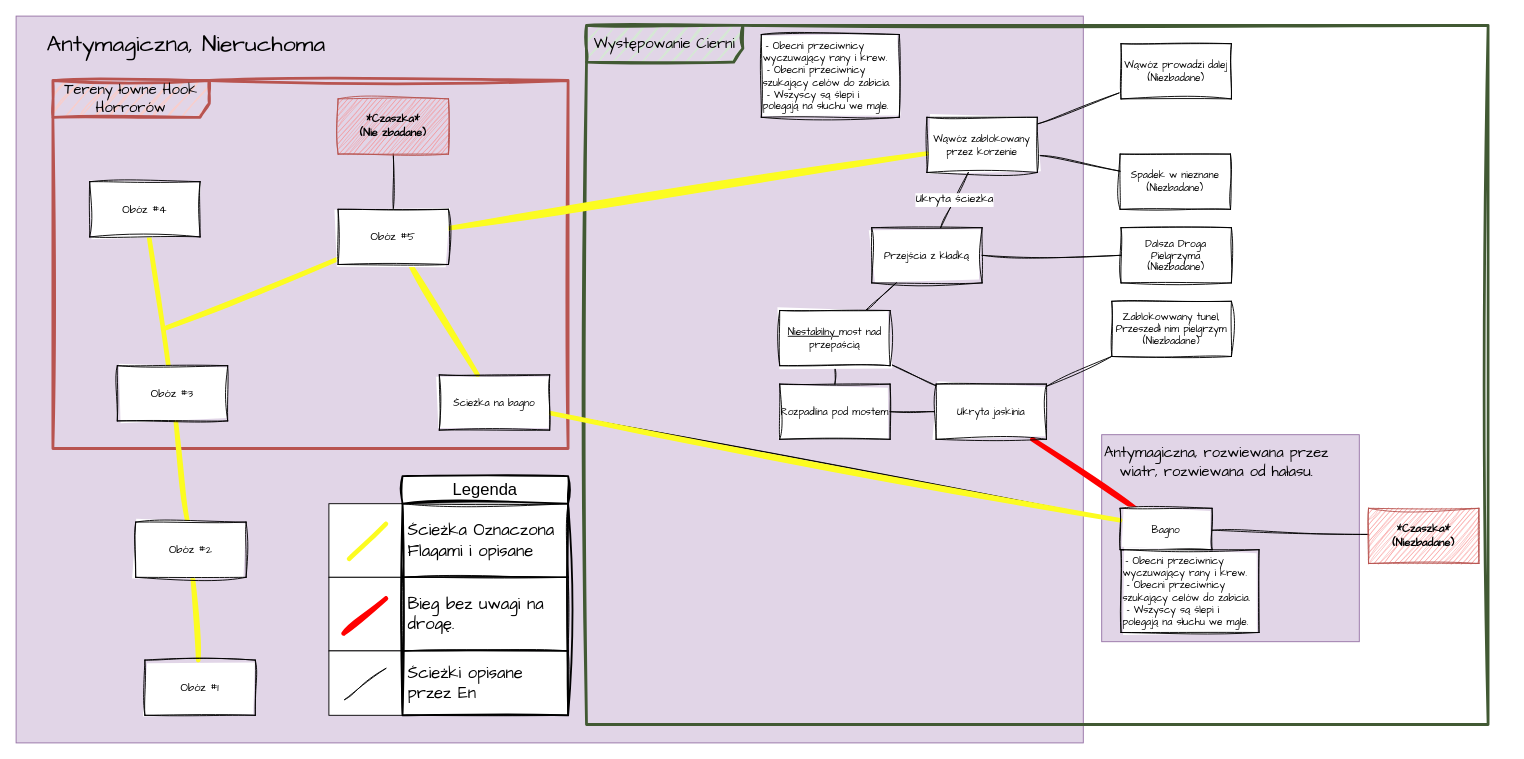
Before: plan.drawio in Gryfin123/diagrams_with_no_context, a draw.io diagram. Source tidied: cells renumbered, new cells numbered last; positions are measured from the earlier drawing's top-left corner, leaving out a move shared by most shapes. Both pictures are drawn from the tidied source at 92%, with x=0, y=0 at pixel (16, 16).
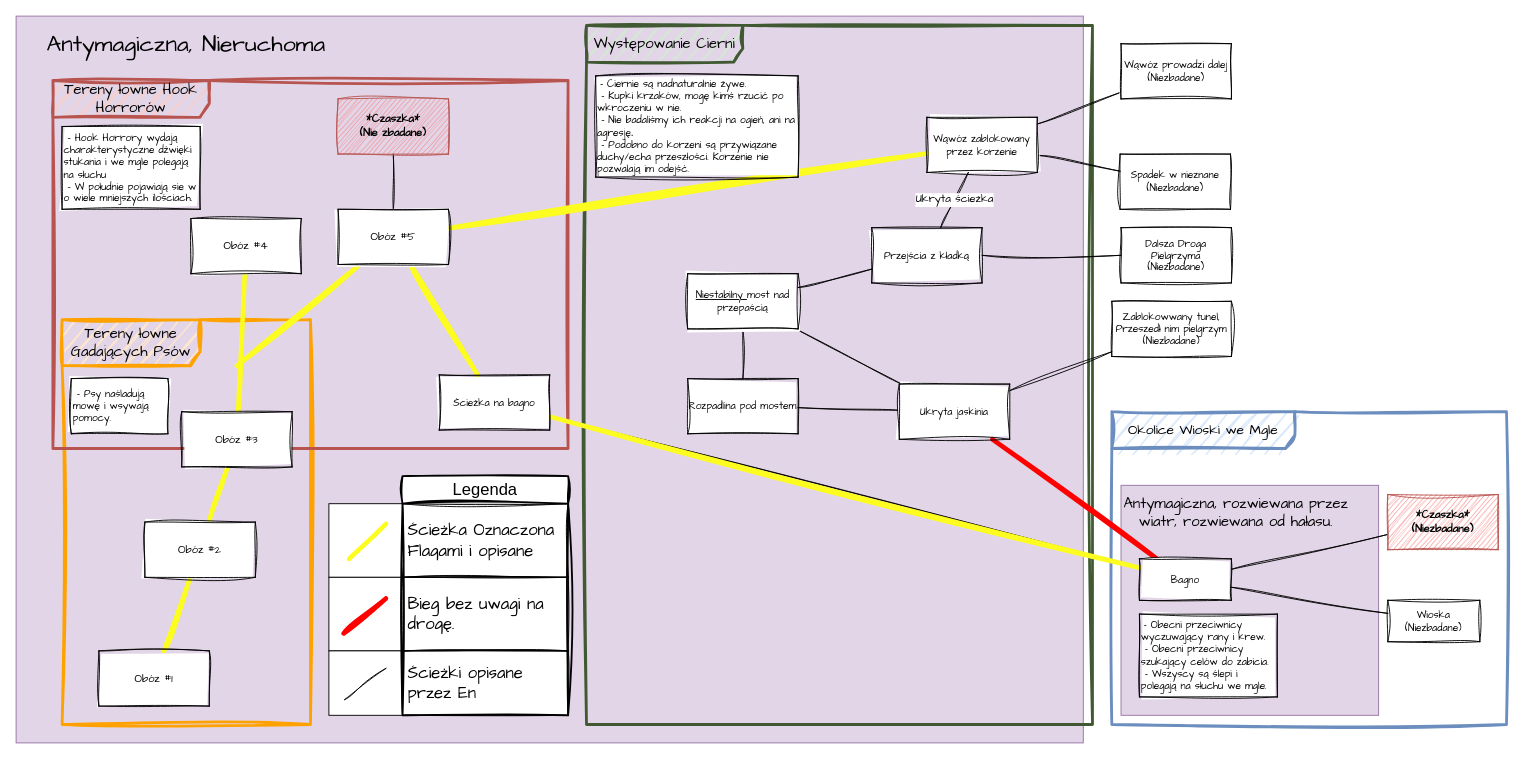
The same page after the edit.

Unchanged cells that the change refers to:
```xml
<mxCell id="17" value="&lt;font face=&quot;Comic Sans MS&quot;&gt;Obóz #5&lt;/font&gt;" style="rounded=0;whiteSpace=wrap;html=1;sketch=1;curveFitting=1;jiggle=2;" parent="1" vertex="1">
  <mxGeometry x="350" y="210" width="120" height="60" as="geometry" />
</mxCell>
```

The edit, as a diff of the source:
```diff
@@
+    <mxCell id="58" value="&lt;font style=&quot;font-size: 12px;&quot;&gt;&lt;span style=&quot;font-size: 15px;&quot;&gt;&lt;font style=&quot;font-size: 15px;&quot; face=&quot;Comic Sans MS&quot;&gt;Okolice Wioski we Mgle&lt;br&gt;&lt;/font&gt;&lt;/span&gt;&lt;/font&gt;" style="shape=umlFrame;whiteSpace=wrap;html=1;fontFamily=Helvetica;fontSize=11;width=199;height=40;fillColor=#dae8fc;strokeColor=#6c8ebf;strokeWidth=3;sketch=1;curveFitting=1;jiggle=2;" parent="1" vertex="1">
+      <mxGeometry x="1191" y="430" width="429" height="340" as="geometry" />
+    </mxCell>
     <mxCell id="2" style="rounded=0;whiteSpace=wrap;html=1;fontFamily=Helvetica;fontSize=11;fillColor=#e1d5e7;strokeColor=#9673a6;" parent="1" vertex="1">
-      <mxGeometry x="1180" y="455" width="280" height="225" as="geometry" />
+      <mxGeometry x="1201" y="510" width="280" height="250" as="geometry" />
     </mxCell>
@@
+    <mxCell id="5" value="&lt;font style=&quot;font-size: 16px;&quot; face=&quot;Comic Sans MS&quot;&gt;Występowanie Cierni&lt;/font&gt;" style="shape=umlFrame;whiteSpace=wrap;html=1;fontFamily=Helvetica;fontSize=11;width=170;height=40;fillColor=#d5e8d4;strokeColor=#415933;strokeWidth=3;sketch=1;curveFitting=1;jiggle=2;" parent="1" vertex="1">
+      <mxGeometry x="620" y="10" width="550" height="760" as="geometry" />
+    </mxCell>
+    <mxCell id="59" value="&lt;font face=&quot;Comic Sans MS&quot; style=&quot;font-size: 16px;&quot;&gt;Tereny łowne Gadających Psów&lt;br&gt;&lt;/font&gt;" style="shape=umlFrame;whiteSpace=wrap;html=1;fontFamily=Helvetica;fontSize=11;width=150;height=50;fillColor=#ffe6cc;strokeColor=#FFA200;strokeWidth=3;sketch=1;curveFitting=1;jiggle=2;" parent="1" vertex="1">
+      <mxGeometry x="50" y="330" width="270" height="440" as="geometry" />
+    </mxCell>
@@
-    <mxCell id="5" value="&lt;font style=&quot;font-size: 16px;&quot; face=&quot;Comic Sans MS&quot;&gt;Występowanie Cierni&lt;/font&gt;" style="shape=umlFrame;whiteSpace=wrap;html=1;fontFamily=Helvetica;fontSize=11;width=170;height=40;fillColor=#d5e8d4;strokeColor=#415933;strokeWidth=3;sketch=1;curveFitting=1;jiggle=2;" parent="1" vertex="1">
-      <mxGeometry x="620" y="10" width="980" height="760" as="geometry" />
-    </mxCell>
@@
     <mxCell id="7" value="&lt;font face=&quot;Comic Sans MS&quot;&gt;Obóz #1&lt;/font&gt;" style="rounded=0;whiteSpace=wrap;html=1;sketch=1;curveFitting=1;jiggle=2;" parent="1" vertex="1">
-      <mxGeometry x="140" y="700" width="120" height="60" as="geometry" />
+      <mxGeometry x="90" y="690" width="120" height="60" as="geometry" />
     </mxCell>
@@
     <mxCell id="9" value="&lt;font face=&quot;Comic Sans MS&quot;&gt;Obóz #2&lt;/font&gt;" style="rounded=0;whiteSpace=wrap;html=1;sketch=1;curveFitting=1;jiggle=2;" parent="1" vertex="1">
-      <mxGeometry x="130" y="550" width="120" height="60" as="geometry" />
+      <mxGeometry x="140" y="550" width="120" height="60" as="geometry" />
     </mxCell>
@@
     <mxCell id="11" value="&lt;font face=&quot;Comic Sans MS&quot;&gt;Obóz #3&lt;/font&gt;" style="rounded=0;whiteSpace=wrap;html=1;sketch=1;curveFitting=1;jiggle=2;" parent="1" vertex="1">
-      <mxGeometry x="110" y="380" width="120" height="60" as="geometry" />
+      <mxGeometry x="180" y="430" width="120" height="60" as="geometry" />
     </mxCell>
     <mxCell id="12" style="edgeStyle=none;shape=connector;curved=0;rounded=0;jettySize=auto;html=1;labelBackgroundColor=default;strokeColor=#FCFC21;align=center;verticalAlign=middle;fontFamily=Helvetica;fontSize=11;fontColor=default;endArrow=none;endFill=0;strokeWidth=5;sketch=1;curveFitting=1;jiggle=2;" parent="1" edge="1" target="17">
       <mxGeometry relative="1" as="geometry">
-        <mxPoint x="160" y="340" as="sourcePoint" />
+        <mxPoint x="240" y="380" as="sourcePoint" />
       </mxGeometry>
     </mxCell>
     <mxCell id="13" value="&lt;font face=&quot;Comic Sans MS&quot;&gt;Obóz #4&lt;/font&gt;" style="rounded=0;whiteSpace=wrap;html=1;sketch=1;curveFitting=1;jiggle=2;" parent="1" vertex="1">
-      <mxGeometry x="80" y="180" width="120" height="60" as="geometry" />
+      <mxGeometry x="190" y="220" width="120" height="60" as="geometry" />
     </mxCell>
@@
+    <mxCell id="60" style="jettySize=auto;html=1;fontFamily=Helvetica;fontSize=11;fontColor=default;endArrow=none;endFill=0;rounded=0;sketch=1;curveFitting=1;jiggle=2;" parent="1" edge="1" source="30" target="63">
+      <mxGeometry relative="1" as="geometry" />
+    </mxCell>
     <mxCell id="30" value="&lt;font face=&quot;Comic Sans MS&quot;&gt;Bagno&lt;/font&gt;" style="rounded=0;whiteSpace=wrap;html=1;fontFamily=Helvetica;fontSize=11;fontColor=default;sketch=1;curveFitting=1;jiggle=2;" parent="1" vertex="1">
-      <mxGeometry x="1200" y="535" width="100" height="45" as="geometry" />
+      <mxGeometry x="1221" y="590" width="100" height="45" as="geometry" />
     </mxCell>
     <mxCell id="31" value="&lt;font face=&quot;Comic Sans MS&quot; style=&quot;font-size: 12px;&quot;&gt;&lt;b&gt;*Czaszka*&lt;br&gt;(Niezbadane)&lt;/b&gt;&lt;/font&gt;" style="rounded=0;whiteSpace=wrap;html=1;fontFamily=Helvetica;fontSize=11;sketch=1;curveFitting=1;jiggle=2;fillColor=#F88888;strokeColor=#b85450;" parent="1" vertex="1">
-      <mxGeometry x="1470" y="535" width="120" height="60" as="geometry" />
+      <mxGeometry x="1491" y="520" width="120" height="60" as="geometry" />
     </mxCell>
@@
     <mxCell id="33" value="&lt;font face=&quot;Comic Sans MS&quot; style=&quot;font-size: 16px;&quot;&gt;Antymagiczna, rozwiewana przez wiatr, rozwiewana od hałasu.&lt;br&gt;&lt;/font&gt;" style="text;html=1;strokeColor=none;fillColor=none;align=center;verticalAlign=middle;whiteSpace=wrap;rounded=0;fontSize=11;fontFamily=Helvetica;fontColor=default;strokeWidth=4;sketch=1;curveFitting=1;jiggle=2;" parent="1" vertex="1">
-      <mxGeometry x="1180" y="455" width="250" height="60" as="geometry" />
+      <mxGeometry x="1201" y="510" width="250" height="60" as="geometry" />
     </mxCell>
@@
     <mxCell id="37" value="&lt;font face=&quot;Comic Sans MS&quot;&gt;Ukryta jaskinia&lt;/font&gt;" style="rounded=0;whiteSpace=wrap;html=1;fontFamily=Helvetica;fontSize=11;fontColor=default;sketch=1;curveFitting=1;jiggle=2;" parent="1" vertex="1">
-      <mxGeometry x="1000" y="400" width="120" height="60" as="geometry" />
+      <mxGeometry x="960" y="400" width="120" height="60" as="geometry" />
     </mxCell>
@@
     <mxCell id="41" value="&lt;font face=&quot;Comic Sans MS&quot;&gt;&lt;u&gt;Niestabilny &lt;/u&gt;most nad przepaścią&lt;/font&gt;" style="rounded=0;whiteSpace=wrap;html=1;fontFamily=Helvetica;fontSize=11;fontColor=default;sketch=1;curveFitting=1;jiggle=2;" parent="1" vertex="1">
-      <mxGeometry x="830" y="320" width="120" height="60" as="geometry" />
+      <mxGeometry x="730" y="280" width="120" height="60" as="geometry" />
     </mxCell>
     <mxCell id="42" value="&lt;font face=&quot;Comic Sans MS&quot;&gt;Rozpadlina pod mostem&lt;/font&gt;" style="rounded=0;whiteSpace=wrap;html=1;fontFamily=Helvetica;fontSize=11;fontColor=default;sketch=1;curveFitting=1;jiggle=2;" parent="1" vertex="1">
-      <mxGeometry x="830" y="400" width="120" height="60" as="geometry" />
+      <mxGeometry x="730" y="394" width="120" height="60" as="geometry" />
     </mxCell>
@@
     <mxCell id="56" value="&lt;div align=&quot;left&quot;&gt;&amp;nbsp;&lt;font face=&quot;Comic Sans MS&quot;&gt;- Obecni przeciwnicy wyczuwający rany i krew.&lt;br&gt;&amp;nbsp;- Obecni przeciwnicy szukający celów do zabicia.&lt;br&gt;&amp;nbsp;- Wszyscy są ślepi i polegają na słuchu we mgle.&lt;/font&gt;&lt;/div&gt;" style="rounded=0;whiteSpace=wrap;html=1;sketch=1;jiggle=2;curveFitting=1;strokeColor=default;align=left;verticalAlign=middle;fontFamily=Helvetica;fontSize=11;fontColor=default;fillColor=default;" parent="1" vertex="1">
-      <mxGeometry x="1201" y="580" width="150" height="90" as="geometry" />
+      <mxGeometry x="1221" y="650" width="150" height="90" as="geometry" />
     </mxCell>
-    <mxCell id="57" value="&lt;div align=&quot;left&quot;&gt;&amp;nbsp;&lt;font face=&quot;Comic Sans MS&quot;&gt;- Obecni przeciwnicy wyczuwający rany i krew.&lt;br&gt;&amp;nbsp;- Obecni przeciwnicy szukający celów do zabicia.&lt;br&gt;&amp;nbsp;- Wszyscy są ślepi i polegają na słuchu we mgle.&lt;/font&gt;&lt;/div&gt;" style="rounded=0;whiteSpace=wrap;html=1;sketch=1;jiggle=2;curveFitting=1;strokeColor=default;align=left;verticalAlign=middle;fontFamily=Helvetica;fontSize=11;fontColor=default;fillColor=default;" parent="1" vertex="1">
-      <mxGeometry x="810" y="20" width="150" height="90" as="geometry" />
+    <mxCell id="57" value="&amp;nbsp;&lt;font face=&quot;Comic Sans MS&quot; style=&quot;font-size: 11px;&quot;&gt;- Ciernie są nadnaturalnie żywe.&lt;br&gt;&amp;nbsp;- Kupki krzaków, mogę kimś rzucić po wkroczeniu w nie.&lt;br&gt;&amp;nbsp;- Nie badaliśmy ich reakcji na ogień, ani na agresję&lt;/font&gt;.&lt;br&gt;&lt;font face=&quot;Comic Sans MS&quot;&gt;&amp;nbsp;- Podobno do korzeni są przywiązane duchy/echa przeszłości. Korzenie nie pozwalają im odejść.&lt;/font&gt;" style="rounded=0;whiteSpace=wrap;html=1;sketch=1;jiggle=2;curveFitting=1;strokeColor=default;align=left;verticalAlign=middle;fontFamily=Helvetica;fontSize=11;fontColor=default;fillColor=default;" parent="1" vertex="1">
+      <mxGeometry x="630" y="65" width="220" height="110" as="geometry" />
     </mxCell>
+    <mxCell id="61" value="&lt;font face=&quot;Comic Sans MS&quot;&gt;&amp;nbsp;- Hook Horrory wydają charakterystyczne dźwięki stukania i we mgle polegają na słuchu&lt;br&gt;&amp;nbsp;- W południe pojawiają sie w o wiele mniejszych ilościach.&lt;/font&gt;" style="rounded=0;whiteSpace=wrap;html=1;sketch=1;jiggle=2;curveFitting=1;strokeColor=default;align=left;verticalAlign=middle;fontFamily=Helvetica;fontSize=11;fontColor=default;fillColor=default;" parent="1" vertex="1">
+      <mxGeometry x="50" y="120" width="150" height="90" as="geometry" />
+    </mxCell>
+    <mxCell id="62" value="&lt;font face=&quot;Comic Sans MS&quot;&gt;&amp;nbsp;- Psy naśladują mowę i wsywają pomocy.&lt;br&gt;&lt;/font&gt;" style="rounded=0;whiteSpace=wrap;html=1;sketch=1;jiggle=2;curveFitting=1;strokeColor=default;align=left;verticalAlign=middle;fontFamily=Helvetica;fontSize=11;fontColor=default;fillColor=default;" parent="1" vertex="1">
+      <mxGeometry x="60" y="394" width="105" height="60" as="geometry" />
+    </mxCell>
+    <mxCell id="63" value="&lt;font face=&quot;Comic Sans MS&quot;&gt;Wioska&lt;br&gt;(Niezbadane)&lt;br&gt;&lt;/font&gt;" style="rounded=0;whiteSpace=wrap;html=1;fontFamily=Helvetica;fontSize=11;fontColor=default;sketch=1;curveFitting=1;jiggle=2;" parent="1" vertex="1">
+      <mxGeometry x="1491" y="635" width="100" height="45" as="geometry" />
+    </mxCell>
```
